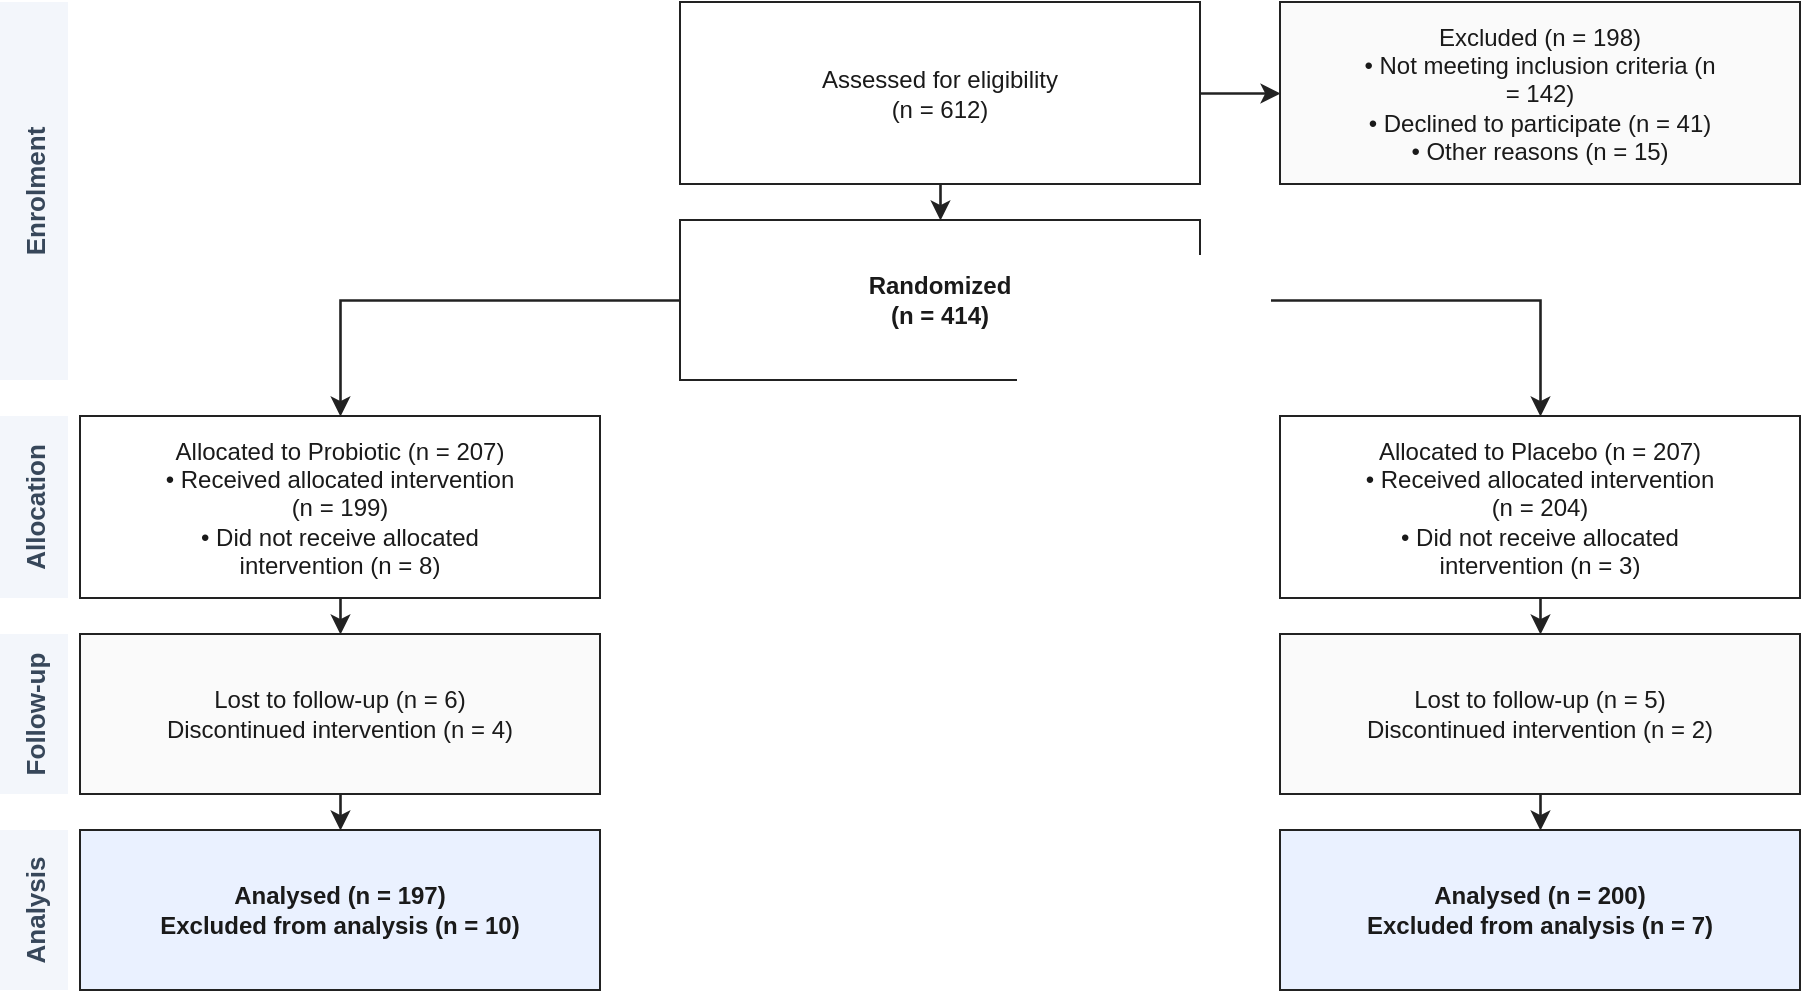
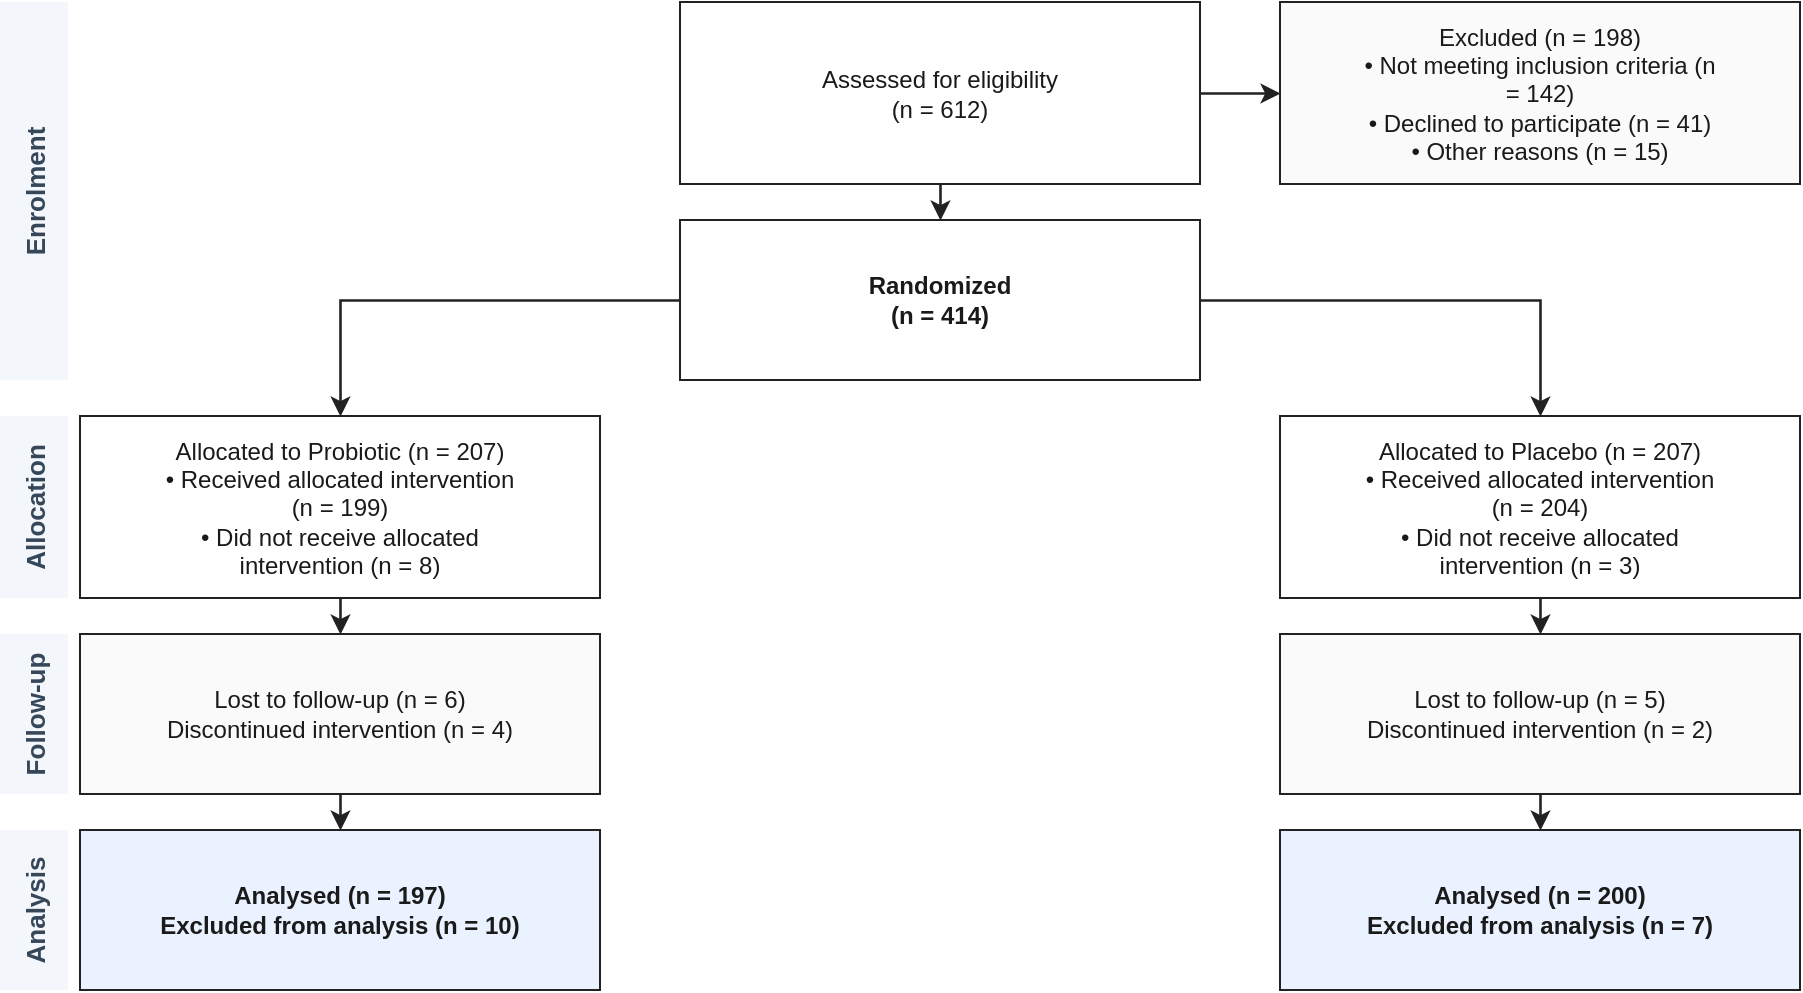
<?xml version="1.0" encoding="UTF-8"?>
- <mxfile host="flowdoc" modified="2026-04-28T11:46:02.480Z" agent="FlowDoc" version="1.0"><diagram id="flowdoc-main" name="Flow Diagram"><mxGraphModel dx="948" dy="542" grid="1" gridSize="10" guides="1" tooltips="1" connect="1" arrows="1" fold="1" page="1" pageScale="1" pageWidth="948" pageHeight="542" math="0" shadow="0"><root><mxCell id="0"/><mxCell id="1" parent="0"/><mxCell id="s2" value="Enrolment" style="shape=rect;fillColor=#f3f6fb;strokeColor=none;fontSize=13;fontStyle=1;fontColor=#37475a;verticalAlign=middle;horizontal=0;" vertex="1" parent="1"><mxGeometry x="24" y="24" width="34" height="189" as="geometry"/></mxCell><mxCell id="s3" value="Allocation" style="shape=rect;fillColor=#f3f6fb;strokeColor=none;fontSize=13;fontStyle=1;fontColor=#37475a;verticalAlign=middle;horizontal=0;" vertex="1" parent="1"><mxGeometry x="24" y="231" width="34" height="91" as="geometry"/></mxCell><mxCell id="s4" value="Follow-up" style="shape=rect;fillColor=#f3f6fb;strokeColor=none;fontSize=13;fontStyle=1;fontColor=#37475a;verticalAlign=middle;horizontal=0;" vertex="1" parent="1"><mxGeometry x="24" y="340" width="34" height="80" as="geometry"/></mxCell><mxCell id="s5" value="Analysis" style="shape=rect;fillColor=#f3f6fb;strokeColor=none;fontSize=13;fontStyle=1;fontColor=#37475a;verticalAlign=middle;horizontal=0;" vertex="1" parent="1"><mxGeometry x="24" y="438" width="34" height="80" as="geometry"/></mxCell><mxCell id="n_assessed" value="Assessed for eligibility&#10;(n = 612)" style="shape=rect;rounded=0;whiteSpace=wrap;html=1;fillColor=#ffffff;strokeColor=#222222;fontColor=#1a1a1a;fontSize=12;verticalAlign=middle;align=center;" vertex="1" parent="1"><mxGeometry x="364" y="24" width="260" height="91" as="geometry"/></mxCell><mxCell id="n_excluded" value="Excluded (n = 198)&#10;• Not meeting inclusion criteria (n&#10;= 142)&#10;• Declined to participate (n = 41)&#10;• Other reasons (n = 15)" style="shape=rect;rounded=0;whiteSpace=wrap;html=1;fillColor=#fafafa;strokeColor=#222222;fontColor=#1a1a1a;fontSize=12;verticalAlign=middle;align=center;" vertex="1" parent="1"><mxGeometry x="664" y="24" width="260" height="91" as="geometry"/></mxCell><mxCell id="n_randomized" value="Randomized&#10;(n = 414)" style="shape=rect;rounded=0;fontStyle=1;whiteSpace=wrap;html=1;fillColor=#ffffff;strokeColor=#222222;fontColor=#1a1a1a;fontSize=12;verticalAlign=middle;align=center;" vertex="1" parent="1"><mxGeometry x="364" y="133" width="260" height="80" as="geometry"/></mxCell><mxCell id="n_allocated_int" value="Allocated to Probiotic (n = 207)&#10;• Received allocated intervention&#10;(n = 199)&#10;• Did not receive allocated&#10;intervention (n = 8)" style="shape=rect;rounded=0;whiteSpace=wrap;html=1;fillColor=#ffffff;strokeColor=#222222;fontColor=#1a1a1a;fontSize=12;verticalAlign=middle;align=center;" vertex="1" parent="1"><mxGeometry x="64" y="231" width="260" height="91" as="geometry"/></mxCell><mxCell id="n_allocated_ctrl" value="Allocated to Placebo (n = 207)&#10;• Received allocated intervention&#10;(n = 204)&#10;• Did not receive allocated&#10;intervention (n = 3)" style="shape=rect;rounded=0;whiteSpace=wrap;html=1;fillColor=#ffffff;strokeColor=#222222;fontColor=#1a1a1a;fontSize=12;verticalAlign=middle;align=center;" vertex="1" parent="1"><mxGeometry x="664" y="231" width="260" height="91" as="geometry"/></mxCell><mxCell id="n_followup_int" value="Lost to follow-up (n = 6)&#10;Discontinued intervention (n = 4)" style="shape=rect;rounded=0;whiteSpace=wrap;html=1;fillColor=#fafafa;strokeColor=#222222;fontColor=#1a1a1a;fontSize=12;verticalAlign=middle;align=center;" vertex="1" parent="1"><mxGeometry x="64" y="340" width="260" height="80" as="geometry"/></mxCell><mxCell id="n_followup_ctrl" value="Lost to follow-up (n = 5)&#10;Discontinued intervention (n = 2)" style="shape=rect;rounded=0;whiteSpace=wrap;html=1;fillColor=#fafafa;strokeColor=#222222;fontColor=#1a1a1a;fontSize=12;verticalAlign=middle;align=center;" vertex="1" parent="1"><mxGeometry x="664" y="340" width="260" height="80" as="geometry"/></mxCell><mxCell id="n_analysed_int" value="Analysed (n = 197)&#10;Excluded from analysis (n = 10)" style="shape=rect;rounded=0;fontStyle=1;whiteSpace=wrap;html=1;fillColor=#eaf1ff;strokeColor=#222222;fontColor=#1a1a1a;fontSize=12;verticalAlign=middle;align=center;" vertex="1" parent="1"><mxGeometry x="64" y="438" width="260" height="80" as="geometry"/></mxCell><mxCell id="n_analysed_ctrl" value="Analysed (n = 200)&#10;Excluded from analysis (n = 7)" style="shape=rect;rounded=0;fontStyle=1;whiteSpace=wrap;html=1;fillColor=#eaf1ff;strokeColor=#222222;fontColor=#1a1a1a;fontSize=12;verticalAlign=middle;align=center;" vertex="1" parent="1"><mxGeometry x="664" y="438" width="260" height="80" as="geometry"/></mxCell><mxCell id="e0" style="edgeStyle=orthogonalEdgeStyle;rounded=0;html=1;endArrow=classic;endFill=1;strokeColor=#222222;strokeWidth=1.3;" edge="1" source="n_assessed" target="n_excluded" parent="1"><mxGeometry relative="1" as="geometry"/></mxCell><mxCell id="e1" style="edgeStyle=orthogonalEdgeStyle;rounded=0;html=1;endArrow=classic;endFill=1;strokeColor=#222222;strokeWidth=1.3;" edge="1" source="n_assessed" target="n_randomized" parent="1"><mxGeometry relative="1" as="geometry"/></mxCell><mxCell id="e2" style="edgeStyle=orthogonalEdgeStyle;rounded=0;html=1;endArrow=classic;endFill=1;strokeColor=#222222;strokeWidth=1.3;" edge="1" source="n_randomized" target="n_allocated_int" parent="1"><mxGeometry relative="1" as="geometry"/></mxCell><mxCell id="e3" style="edgeStyle=orthogonalEdgeStyle;rounded=0;html=1;endArrow=classic;endFill=1;strokeColor=#222222;strokeWidth=1.3;" edge="1" source="n_randomized" target="n_allocated_ctrl" parent="1"><mxGeometry relative="1" as="geometry"/></mxCell><mxCell id="e4" style="edgeStyle=orthogonalEdgeStyle;rounded=0;html=1;endArrow=classic;endFill=1;strokeColor=#222222;strokeWidth=1.3;" edge="1" source="n_allocated_int" target="n_followup_int" parent="1"><mxGeometry relative="1" as="geometry"/></mxCell><mxCell id="e5" style="edgeStyle=orthogonalEdgeStyle;rounded=0;html=1;endArrow=classic;endFill=1;strokeColor=#222222;strokeWidth=1.3;" edge="1" source="n_allocated_ctrl" target="n_followup_ctrl" parent="1"><mxGeometry relative="1" as="geometry"/></mxCell><mxCell id="e6" style="edgeStyle=orthogonalEdgeStyle;rounded=0;html=1;endArrow=classic;endFill=1;strokeColor=#222222;strokeWidth=1.3;" edge="1" source="n_followup_int" target="n_analysed_int" parent="1"><mxGeometry relative="1" as="geometry"/></mxCell><mxCell id="e7" style="edgeStyle=orthogonalEdgeStyle;rounded=0;html=1;endArrow=classic;endFill=1;strokeColor=#222222;strokeWidth=1.3;" edge="1" source="n_followup_ctrl" target="n_analysed_ctrl" parent="1"><mxGeometry relative="1" as="geometry"/></mxCell></root></mxGraphModel></diagram></mxfile>
+ <mxfile host="flowdoc" modified="2026-04-28T14:39:55.373Z" agent="FlowDoc" version="1.0"><diagram id="flowdoc-main" name="Flow Diagram"><mxGraphModel dx="948" dy="542" grid="1" gridSize="10" guides="1" tooltips="1" connect="1" arrows="1" fold="1" page="1" pageScale="1" pageWidth="948" pageHeight="542" math="0" shadow="0"><root><mxCell id="0"/><mxCell id="1" parent="0"/><mxCell id="s2" value="Enrolment" style="shape=rect;fillColor=#f3f6fb;strokeColor=none;fontSize=13;fontStyle=1;fontColor=#37475a;verticalAlign=middle;horizontal=0;" vertex="1" parent="1"><mxGeometry x="24" y="24" width="34" height="189" as="geometry"/></mxCell><mxCell id="s3" value="Allocation" style="shape=rect;fillColor=#f3f6fb;strokeColor=none;fontSize=13;fontStyle=1;fontColor=#37475a;verticalAlign=middle;horizontal=0;" vertex="1" parent="1"><mxGeometry x="24" y="231" width="34" height="91" as="geometry"/></mxCell><mxCell id="s4" value="Follow-up" style="shape=rect;fillColor=#f3f6fb;strokeColor=none;fontSize=13;fontStyle=1;fontColor=#37475a;verticalAlign=middle;horizontal=0;" vertex="1" parent="1"><mxGeometry x="24" y="340" width="34" height="80" as="geometry"/></mxCell><mxCell id="s5" value="Analysis" style="shape=rect;fillColor=#f3f6fb;strokeColor=none;fontSize=13;fontStyle=1;fontColor=#37475a;verticalAlign=middle;horizontal=0;" vertex="1" parent="1"><mxGeometry x="24" y="438" width="34" height="80" as="geometry"/></mxCell><mxCell id="n_assessed" value="Assessed for eligibility&#10;(n = 612)" style="shape=rect;rounded=0;whiteSpace=wrap;html=1;fillColor=#ffffff;strokeColor=#222222;fontColor=#1a1a1a;fontSize=12;verticalAlign=middle;align=center;" vertex="1" parent="1"><mxGeometry x="364" y="24" width="260" height="91" as="geometry"/></mxCell><mxCell id="n_excluded" value="Excluded (n = 198)&#10;• Not meeting inclusion criteria (n&#10;= 142)&#10;• Declined to participate (n = 41)&#10;• Other reasons (n = 15)" style="shape=rect;rounded=0;whiteSpace=wrap;html=1;fillColor=#fafafa;strokeColor=#222222;fontColor=#1a1a1a;fontSize=12;verticalAlign=middle;align=center;" vertex="1" parent="1"><mxGeometry x="664" y="24" width="260" height="91" as="geometry"/></mxCell><mxCell id="n_randomized" value="Randomized&#10;(n = 414)" style="shape=rect;rounded=0;fontStyle=1;whiteSpace=wrap;html=1;fillColor=#ffffff;strokeColor=#222222;fontColor=#1a1a1a;fontSize=12;verticalAlign=middle;align=center;" vertex="1" parent="1"><mxGeometry x="364" y="133" width="260" height="80" as="geometry"/></mxCell><mxCell id="n_allocated_int" value="Allocated to Probiotic (n = 207)&#10;• Received allocated intervention&#10;(n = 199)&#10;• Did not receive allocated&#10;intervention (n = 8)" style="shape=rect;rounded=0;whiteSpace=wrap;html=1;fillColor=#ffffff;strokeColor=#222222;fontColor=#1a1a1a;fontSize=12;verticalAlign=middle;align=center;" vertex="1" parent="1"><mxGeometry x="64" y="231" width="260" height="91" as="geometry"/></mxCell><mxCell id="n_allocated_ctrl" value="Allocated to Placebo (n = 207)&#10;• Received allocated intervention&#10;(n = 204)&#10;• Did not receive allocated&#10;intervention (n = 3)" style="shape=rect;rounded=0;whiteSpace=wrap;html=1;fillColor=#ffffff;strokeColor=#222222;fontColor=#1a1a1a;fontSize=12;verticalAlign=middle;align=center;" vertex="1" parent="1"><mxGeometry x="664" y="231" width="260" height="91" as="geometry"/></mxCell><mxCell id="n_followup_int" value="Lost to follow-up (n = 6)&#10;Discontinued intervention (n = 4)" style="shape=rect;rounded=0;whiteSpace=wrap;html=1;fillColor=#fafafa;strokeColor=#222222;fontColor=#1a1a1a;fontSize=12;verticalAlign=middle;align=center;" vertex="1" parent="1"><mxGeometry x="64" y="340" width="260" height="80" as="geometry"/></mxCell><mxCell id="n_followup_ctrl" value="Lost to follow-up (n = 5)&#10;Discontinued intervention (n = 2)" style="shape=rect;rounded=0;whiteSpace=wrap;html=1;fillColor=#fafafa;strokeColor=#222222;fontColor=#1a1a1a;fontSize=12;verticalAlign=middle;align=center;" vertex="1" parent="1"><mxGeometry x="664" y="340" width="260" height="80" as="geometry"/></mxCell><mxCell id="n_analysed_int" value="Analysed (n = 197)&#10;Excluded from analysis (n = 10)" style="shape=rect;rounded=0;fontStyle=1;whiteSpace=wrap;html=1;fillColor=#eaf1ff;strokeColor=#222222;fontColor=#1a1a1a;fontSize=12;verticalAlign=middle;align=center;" vertex="1" parent="1"><mxGeometry x="64" y="438" width="260" height="80" as="geometry"/></mxCell><mxCell id="n_analysed_ctrl" value="Analysed (n = 200)&#10;Excluded from analysis (n = 7)" style="shape=rect;rounded=0;fontStyle=1;whiteSpace=wrap;html=1;fillColor=#eaf1ff;strokeColor=#222222;fontColor=#1a1a1a;fontSize=12;verticalAlign=middle;align=center;" vertex="1" parent="1"><mxGeometry x="664" y="438" width="260" height="80" as="geometry"/></mxCell><mxCell id="e0" style="edgeStyle=orthogonalEdgeStyle;rounded=0;html=1;endArrow=classic;endFill=1;strokeColor=#222222;strokeWidth=1.3;" edge="1" source="n_assessed" target="n_excluded" parent="1"><mxGeometry relative="1" as="geometry"/></mxCell><mxCell id="e1" style="edgeStyle=orthogonalEdgeStyle;rounded=0;html=1;endArrow=classic;endFill=1;strokeColor=#222222;strokeWidth=1.3;" edge="1" source="n_assessed" target="n_randomized" parent="1"><mxGeometry relative="1" as="geometry"/></mxCell><mxCell id="e2" style="edgeStyle=orthogonalEdgeStyle;rounded=0;html=1;endArrow=classic;endFill=1;strokeColor=#222222;strokeWidth=1.3;" edge="1" source="n_randomized" target="n_allocated_int" parent="1"><mxGeometry relative="1" as="geometry"/></mxCell><mxCell id="e3" style="edgeStyle=orthogonalEdgeStyle;rounded=0;html=1;endArrow=classic;endFill=1;strokeColor=#222222;strokeWidth=1.3;" edge="1" source="n_randomized" target="n_allocated_ctrl" parent="1"><mxGeometry relative="1" as="geometry"/></mxCell><mxCell id="e4" style="edgeStyle=orthogonalEdgeStyle;rounded=0;html=1;endArrow=classic;endFill=1;strokeColor=#222222;strokeWidth=1.3;" edge="1" source="n_allocated_int" target="n_followup_int" parent="1"><mxGeometry relative="1" as="geometry"/></mxCell><mxCell id="e5" style="edgeStyle=orthogonalEdgeStyle;rounded=0;html=1;endArrow=classic;endFill=1;strokeColor=#222222;strokeWidth=1.3;" edge="1" source="n_allocated_ctrl" target="n_followup_ctrl" parent="1"><mxGeometry relative="1" as="geometry"/></mxCell><mxCell id="e6" style="edgeStyle=orthogonalEdgeStyle;rounded=0;html=1;endArrow=classic;endFill=1;strokeColor=#222222;strokeWidth=1.3;" edge="1" source="n_followup_int" target="n_analysed_int" parent="1"><mxGeometry relative="1" as="geometry"/></mxCell><mxCell id="e7" style="edgeStyle=orthogonalEdgeStyle;rounded=0;html=1;endArrow=classic;endFill=1;strokeColor=#222222;strokeWidth=1.3;" edge="1" source="n_followup_ctrl" target="n_analysed_ctrl" parent="1"><mxGeometry relative="1" as="geometry"/></mxCell></root></mxGraphModel></diagram></mxfile>
